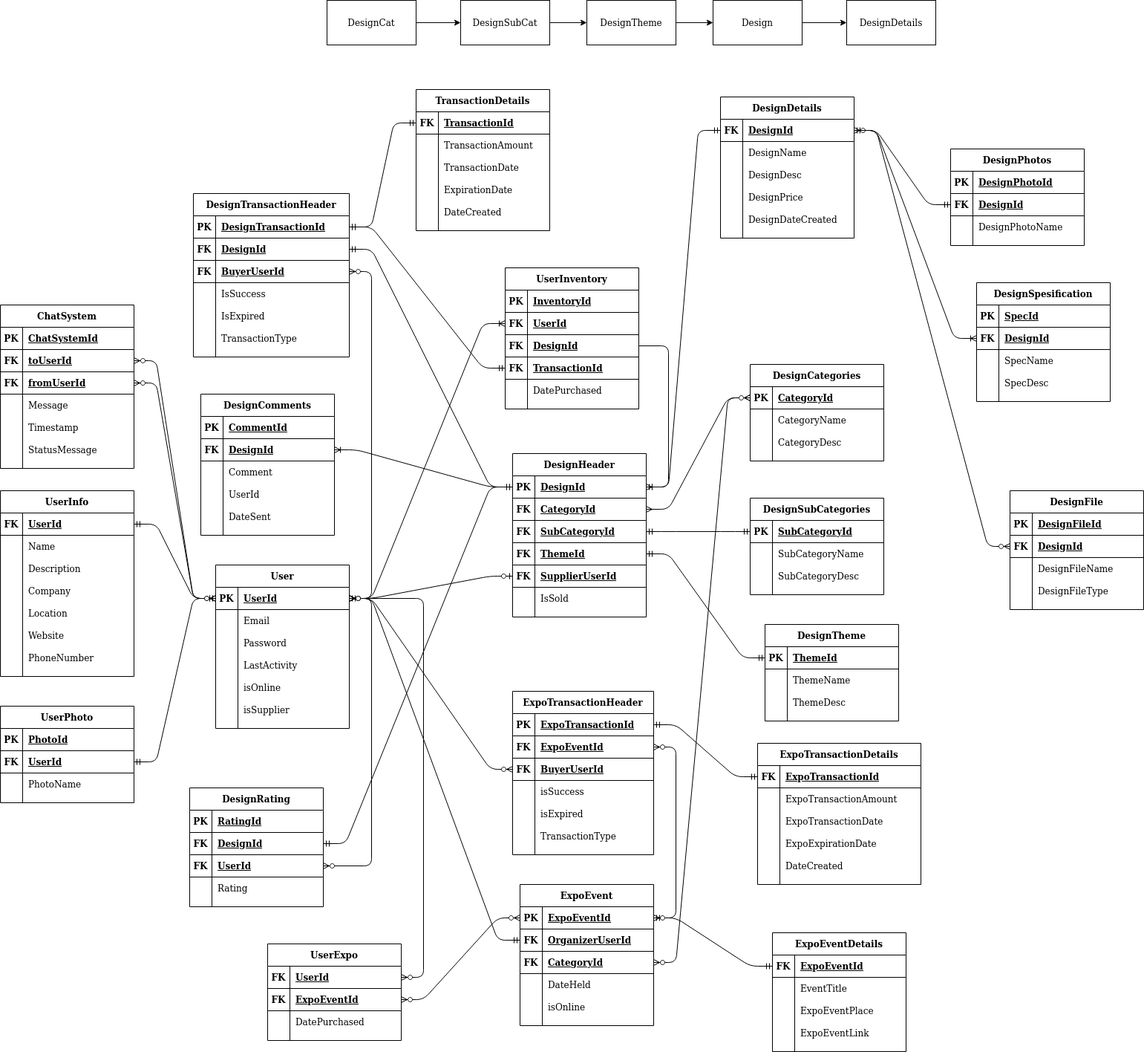
Before: belidesain-db/cari_desain.png, a diagram exported from draw.io (felixfilipi/belidesain.com). Source tidied: cells renumbered, new cells last; positions are measured from the earlier drawing's top-left corner, leaving out a move shared by most shapes.
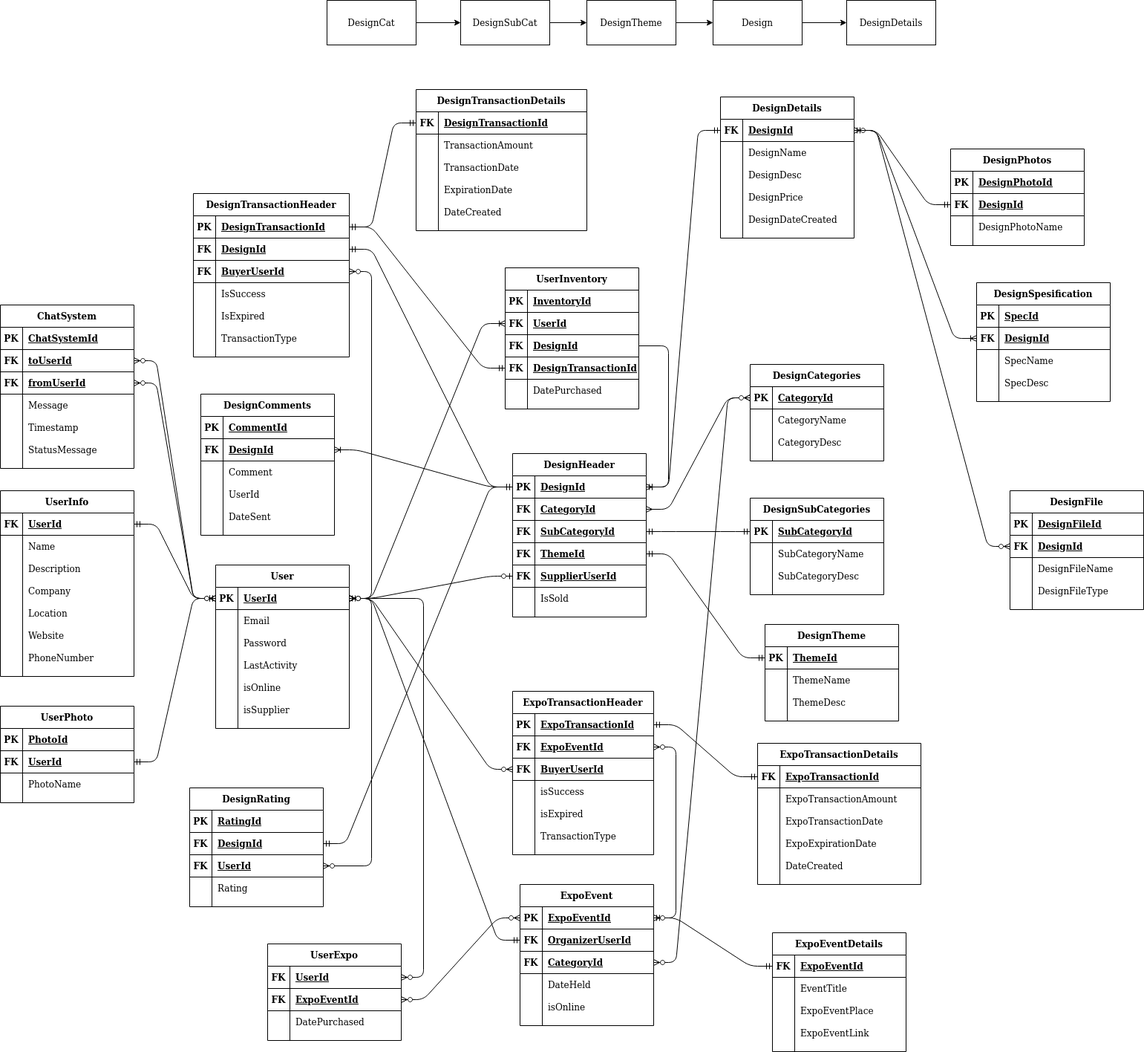
The same file after the commit.

What changed in the source:
```diff
@@ -311,53 +311,53 @@
     <mxCell id="104" style="edgeStyle=entityRelationEdgeStyle;fontSize=12;html=1;endArrow=ERzeroToMany;startArrow=ERzeroToOne;" parent="1" edge="1" source="97" target="3">
       <mxGeometry relative="1" as="geometry" />
     </mxCell>
-    <mxCell id="105" value="TransactionDetails" style="shape=table;startSize=30;rowLines=0;fontStyle=1;align=center;" parent="1" vertex="1">
-      <mxGeometry x="560" y="120" width="180" height="190" as="geometry" />
+    <mxCell id="105" value="DesignTransactionDetails" style="shape=table;startSize=30;rowLines=0;fontStyle=1;align=center;" parent="1" vertex="1">
+      <mxGeometry x="560" y="120" width="230" height="190" as="geometry" />
     </mxCell>
     <mxCell id="106" style="shape=partialRectangle;fillColor=none;top=0;left=0;bottom=1;right=0;points=[[0,0.5],[1,0.5]];portConstraint=eastwest;" parent="105" vertex="1">
-      <mxGeometry y="30" width="180" height="30" as="geometry" />
+      <mxGeometry y="30" width="230" height="30" as="geometry" />
     </mxCell>
     <mxCell id="107" value="FK" style="shape=partialRectangle;fillColor=none;top=0;left=0;bottom=0;right=0;fontStyle=1;overflow=hidden;" parent="106" vertex="1">
       <mxGeometry width="30" height="30" as="geometry" />
     </mxCell>
-    <mxCell id="108" value="TransactionId" style="shape=partialRectangle;fillColor=none;top=0;left=0;bottom=0;right=0;align=left;spacingLeft=6;fontStyle=5;overflow=hidden;" parent="106" vertex="1">
-      <mxGeometry x="30" width="150" height="30" as="geometry" />
+    <mxCell id="108" value="DesignTransactionId" style="shape=partialRectangle;fillColor=none;top=0;left=0;bottom=0;right=0;align=left;spacingLeft=6;fontStyle=5;overflow=hidden;" parent="106" vertex="1">
+      <mxGeometry x="30" width="200" height="30" as="geometry" />
     </mxCell>
     <mxCell id="109" style="shape=partialRectangle;fillColor=none;top=0;left=0;bottom=0;right=0;" parent="105" vertex="1">
-      <mxGeometry y="60" width="180" height="30" as="geometry" />
+      <mxGeometry y="60" width="230" height="30" as="geometry" />
     </mxCell>
     <mxCell id="110" style="shape=partialRectangle;fillColor=none;top=0;left=0;bottom=0;right=0;overflow=hidden;" parent="109" vertex="1">
       <mxGeometry width="30" height="30" as="geometry" />
     </mxCell>
     <mxCell id="111" value="TransactionAmount" style="shape=partialRectangle;fillColor=none;top=0;left=0;bottom=0;right=0;align=left;spacingLeft=6;overflow=hidden;" parent="109" vertex="1">
-      <mxGeometry x="30" width="150" height="30" as="geometry" />
+      <mxGeometry x="30" width="200" height="30" as="geometry" />
     </mxCell>
     <mxCell id="112" style="shape=partialRectangle;fillColor=none;top=0;left=0;bottom=0;right=0;" parent="105" vertex="1">
-      <mxGeometry y="90" width="180" height="30" as="geometry" />
+      <mxGeometry y="90" width="230" height="30" as="geometry" />
     </mxCell>
     <mxCell id="113" style="shape=partialRectangle;fillColor=none;top=0;left=0;bottom=0;right=0;overflow=hidden;" parent="112" vertex="1">
       <mxGeometry width="30" height="30" as="geometry" />
     </mxCell>
     <mxCell id="114" value="TransactionDate" style="shape=partialRectangle;fillColor=none;top=0;left=0;bottom=0;right=0;align=left;spacingLeft=6;overflow=hidden;" parent="112" vertex="1">
-      <mxGeometry x="30" width="150" height="30" as="geometry" />
+      <mxGeometry x="30" width="200" height="30" as="geometry" />
     </mxCell>
     <mxCell id="115" style="shape=partialRectangle;fillColor=none;top=0;left=0;bottom=0;right=0;" parent="105" vertex="1">
-      <mxGeometry y="120" width="180" height="30" as="geometry" />
+      <mxGeometry y="120" width="230" height="30" as="geometry" />
     </mxCell>
     <mxCell id="116" style="shape=partialRectangle;fillColor=none;top=0;left=0;bottom=0;right=0;overflow=hidden;" parent="115" vertex="1">
       <mxGeometry width="30" height="30" as="geometry" />
     </mxCell>
     <mxCell id="117" value="ExpirationDate" style="shape=partialRectangle;fillColor=none;top=0;left=0;bottom=0;right=0;align=left;spacingLeft=6;overflow=hidden;" parent="115" vertex="1">
-      <mxGeometry x="30" width="150" height="30" as="geometry" />
+      <mxGeometry x="30" width="200" height="30" as="geometry" />
     </mxCell>
     <mxCell id="118" style="shape=partialRectangle;fillColor=none;top=0;left=0;bottom=0;right=0;" parent="105" vertex="1">
-      <mxGeometry y="150" width="180" height="30" as="geometry" />
+      <mxGeometry y="150" width="230" height="30" as="geometry" />
     </mxCell>
     <mxCell id="119" style="shape=partialRectangle;fillColor=none;top=0;left=0;bottom=0;right=0;overflow=hidden;" parent="118" vertex="1">
       <mxGeometry width="30" height="30" as="geometry" />
     </mxCell>
     <mxCell id="120" value="DateCreated" style="shape=partialRectangle;fillColor=none;top=0;left=0;bottom=0;right=0;align=left;spacingLeft=6;overflow=hidden;" parent="118" vertex="1">
-      <mxGeometry x="30" width="150" height="30" as="geometry" />
+      <mxGeometry x="30" width="200" height="30" as="geometry" />
     </mxCell>
     <mxCell id="121" style="edgeStyle=entityRelationEdgeStyle;fontSize=12;html=1;endArrow=ERmandOne;startArrow=ERmandOne;" parent="1" edge="1" source="56" target="106">
       <mxGeometry relative="1" as="geometry" />
@@ -701,7 +701,7 @@
     <mxCell id="234" value="FK" style="shape=partialRectangle;fillColor=none;top=0;left=0;bottom=0;right=0;fontStyle=1;overflow=hidden;" parent="233" vertex="1">
       <mxGeometry width="30" height="30" as="geometry" />
     </mxCell>
-    <mxCell id="235" value="TransactionId" style="shape=partialRectangle;fillColor=none;top=0;left=0;bottom=0;right=0;align=left;spacingLeft=6;fontStyle=5;overflow=hidden;" parent="233" vertex="1">
+    <mxCell id="235" value="DesignTransactionId" style="shape=partialRectangle;fillColor=none;top=0;left=0;bottom=0;right=0;align=left;spacingLeft=6;fontStyle=5;overflow=hidden;" parent="233" vertex="1">
       <mxGeometry x="30" width="150" height="30" as="geometry" />
     </mxCell>
     <mxCell id="236" style="shape=partialRectangle;fillColor=none;top=0;left=0;bottom=0;right=0;" parent="223" vertex="1">
```
